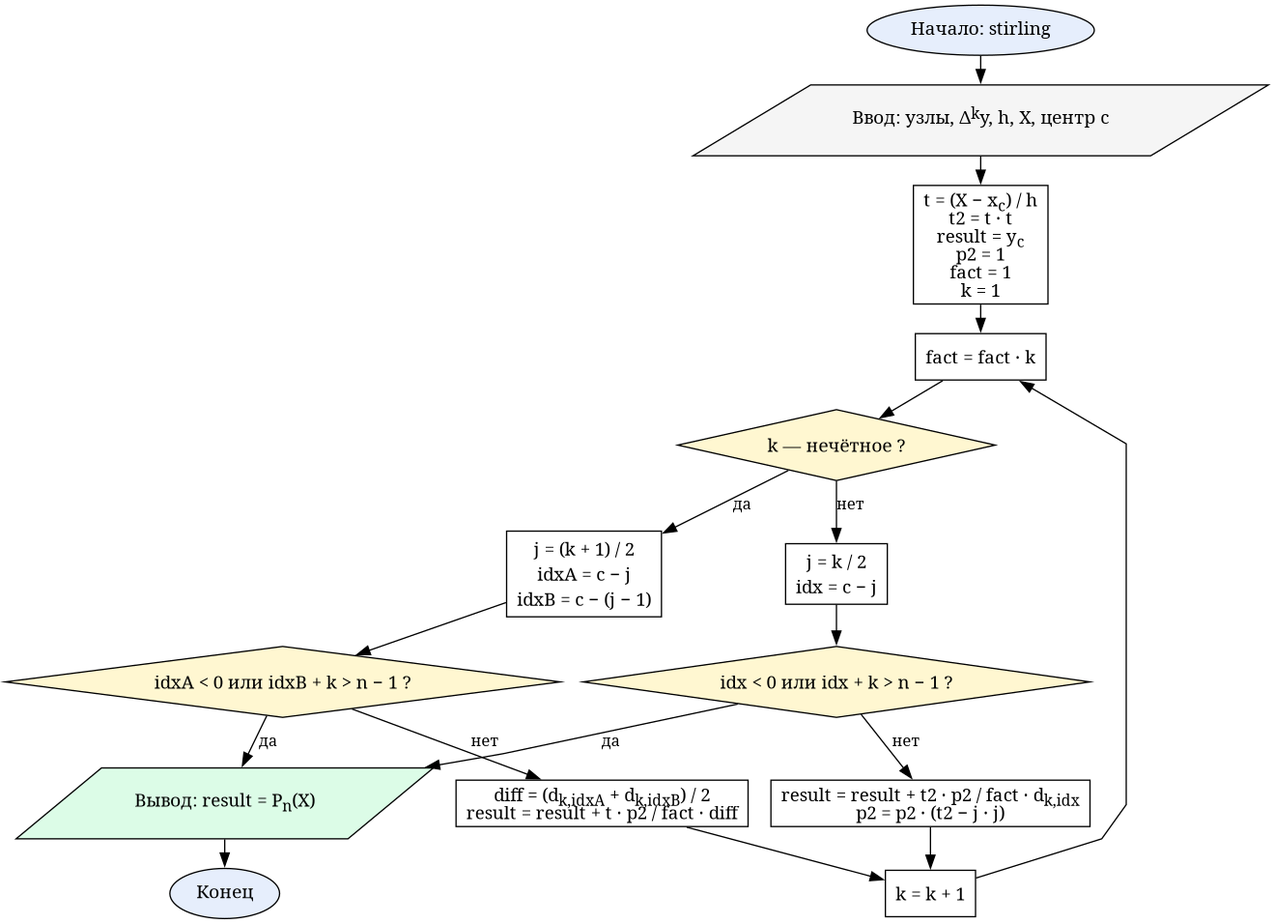
Oriptal/calc-math-lab2 keeps this Graphviz diagram as reports/resources/flowcharts/lab5_stirling.png. Above is the earlier version. Its source is kept beside it as reports/resources/flowcharts/lab5_stirling.dot.
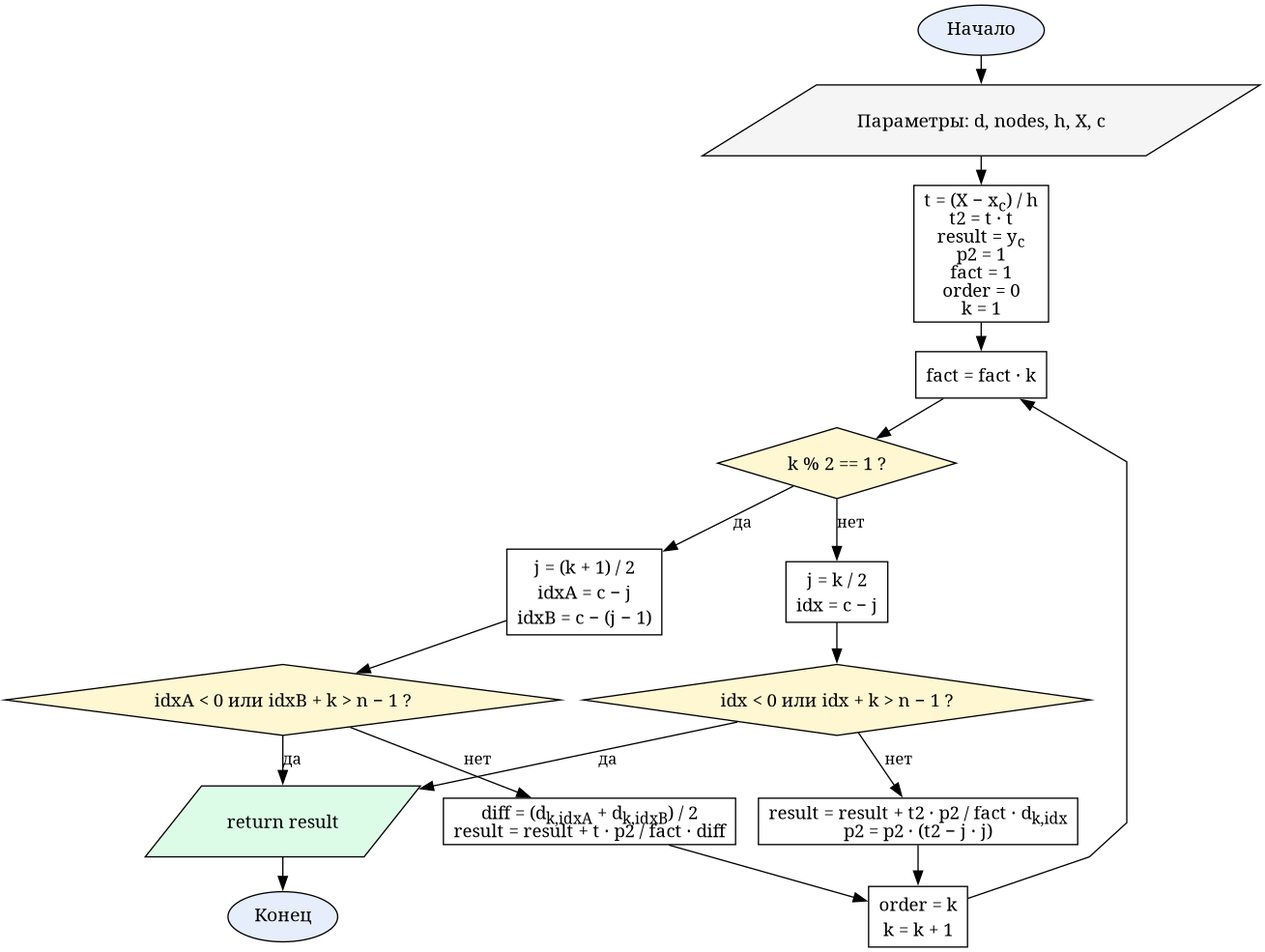
The same file after the commit.

Change to the diagram source:
```diff
@@ -3,11 +3,11 @@
   node  [fontname="CMU Serif", fontsize=14, style="filled", fillcolor="#ffffff", color="#000000"]
   edge  [fontname="CMU Serif", fontsize=12, color="#000000"]
 
-  start  [label="Начало: stirling", shape=oval, fillcolor="#e6eefc"]
-  input  [label=<Ввод: узлы, Δ<SUP>k</SUP>y, h, X, центр c>, shape=parallelogram, fillcolor="#f5f5f5"]
-  init   [label=<t = (X − x<SUB>c</SUB>) / h<BR/>t2 = t · t<BR/>result = y<SUB>c</SUB><BR/>p2 = 1<BR/>fact = 1<BR/>k = 1>, shape=box]
+  start  [label="Начало", shape=oval, fillcolor="#e6eefc"]
+  input  [label=<Параметры: d, nodes, h, X, c>, shape=parallelogram, fillcolor="#f5f5f5"]
+  init   [label=<t = (X − x<SUB>c</SUB>) / h<BR/>t2 = t · t<BR/>result = y<SUB>c</SUB><BR/>p2 = 1<BR/>fact = 1<BR/>order = 0<BR/>k = 1>, shape=box]
   fk     [label=<fact = fact · k>, shape=box]
-  par    [label=<k — нечётное ?>, shape=diamond, fillcolor="#fff7d1"]
+  par    [label=<k % 2 == 1 ?>, shape=diamond, fillcolor="#fff7d1"]
 
   jodd   [label=<j = (k + 1) / 2<BR/>idxA = c − j<BR/>idxB = c − (j − 1)>, shape=box]
   chko   [label=<idxA &lt; 0 или idxB + k &gt; n − 1 ?>, shape=diamond, fillcolor="#fff7d1"]
@@ -17,8 +17,8 @@
   chke   [label=<idx &lt; 0 или idx + k &gt; n − 1 ?>, shape=diamond, fillcolor="#fff7d1"]
   acce   [label=<result = result + t2 · p2 / fact · d<SUB>k,idx</SUB><BR/>p2 = p2 · (t2 − j · j)>, shape=box]
 
-  nextk  [label=<k = k + 1>, shape=box]
-  output [label=<Вывод: result = P<SUB>n</SUB>(X)>, shape=parallelogram, fillcolor="#dcfce7"]
+  nextk  [label=<order = k<BR/>k = k + 1>, shape=box]
+  output [label=<return result>, shape=parallelogram, fillcolor="#dcfce7"]
   stop   [label="Конец", shape=oval, fillcolor="#e6eefc"]
 
   start -> input -> init -> fk -> par
```
